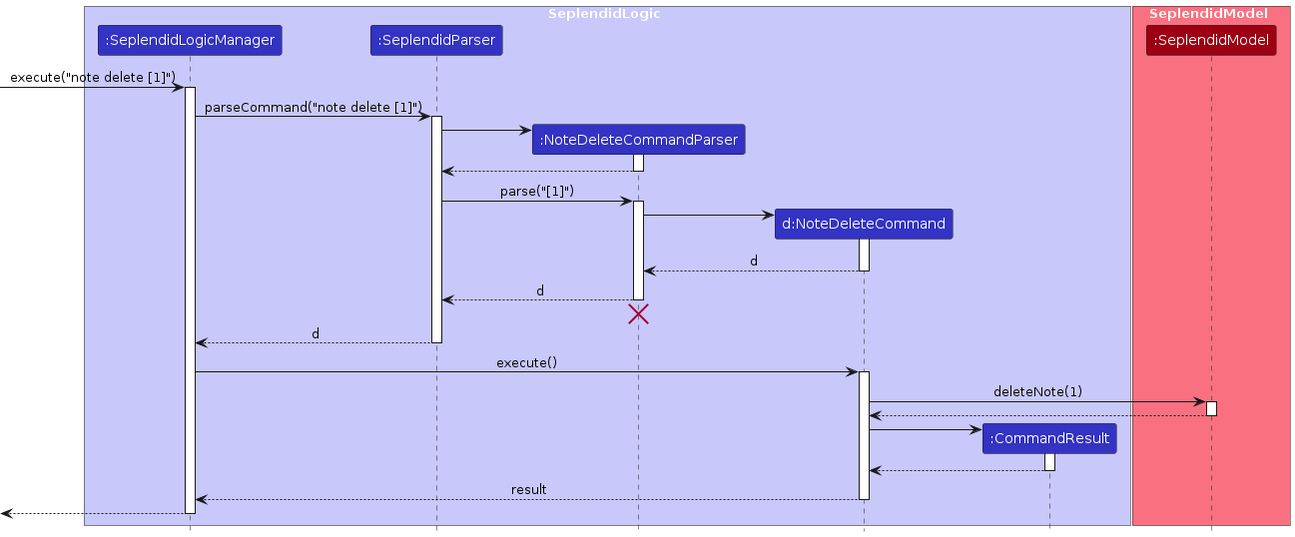
AY2324S1-CS2103T-W10-2/tp keeps this PlantUML diagram as diagrams/DeleteSequenceDiagram.png. Above is the earlier version. Its source is kept beside it as diagrams/DeleteSequenceDiagram.puml. Its diagram source:
```plantuml
@startuml
!include style.puml
skinparam ArrowFontStyle plain

box SeplendidLogic LOGIC_COLOR_T1
participant ":SeplendidLogicManager" as SeplendidLogicManager LOGIC_COLOR
participant ":SeplendidParser" as SeplendidParser LOGIC_COLOR
participant ":NoteDeleteCommandParser" as NoteDeleteCommandParser LOGIC_COLOR
participant "d:NoteDeleteCommand" as NoteDeleteCommand LOGIC_COLOR
participant ":CommandResult" as CommandResult LOGIC_COLOR
end box

box SeplendidModel MODEL_COLOR_T1
participant ":SeplendidModel" as SeplendidModel MODEL_COLOR
end box

[-> SeplendidLogicManager : execute("note delete [1]")
activate SeplendidLogicManager

SeplendidLogicManager -> SeplendidParser : parseCommand("note delete [1]")
activate SeplendidParser

create NoteDeleteCommandParser
SeplendidParser -> NoteDeleteCommandParser
activate NoteDeleteCommandParser

NoteDeleteCommandParser --> SeplendidParser
deactivate NoteDeleteCommandParser

SeplendidParser -> NoteDeleteCommandParser : parse("[1]")
activate NoteDeleteCommandParser

create NoteDeleteCommand
NoteDeleteCommandParser -> NoteDeleteCommand
activate NoteDeleteCommand

NoteDeleteCommand --> NoteDeleteCommandParser : d
deactivate NoteDeleteCommand

NoteDeleteCommandParser --> SeplendidParser : d
deactivate NoteDeleteCommandParser
NoteDeleteCommandParser -[hidden]-> SeplendidParser
destroy NoteDeleteCommandParser

SeplendidParser --> SeplendidLogicManager : d
deactivate SeplendidParser

SeplendidLogicManager -> NoteDeleteCommand : execute()
activate NoteDeleteCommand

NoteDeleteCommand -> SeplendidModel : deleteNote(1)
activate SeplendidModel

SeplendidModel --> NoteDeleteCommand
deactivate SeplendidModel

create CommandResult
NoteDeleteCommand -> CommandResult
activate CommandResult

CommandResult --> NoteDeleteCommand
deactivate CommandResult

NoteDeleteCommand --> SeplendidLogicManager : result
deactivate NoteDeleteCommand

[<--SeplendidLogicManager
deactivate SeplendidLogicManager
@enduml
```
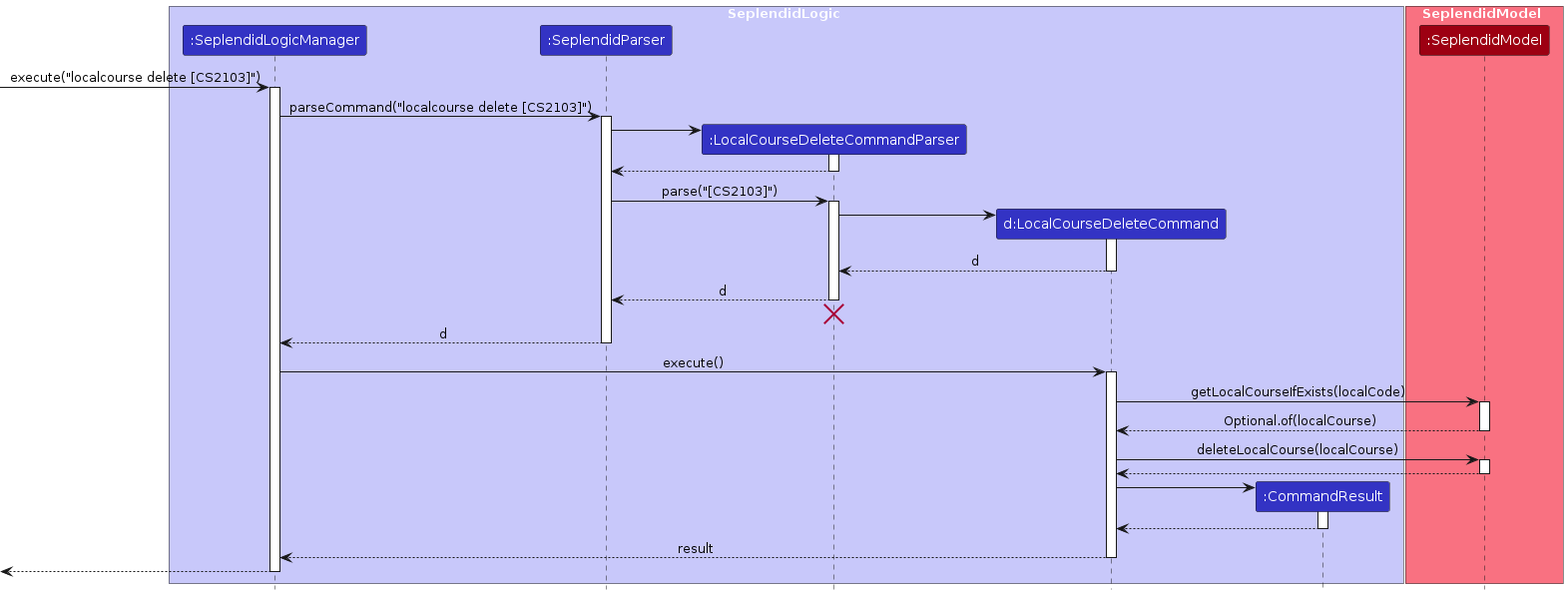
Above is the later version.

The edit, as a diff of the source:
```diff
@@ -5,8 +5,8 @@
 box SeplendidLogic LOGIC_COLOR_T1
 participant ":SeplendidLogicManager" as SeplendidLogicManager LOGIC_COLOR
 participant ":SeplendidParser" as SeplendidParser LOGIC_COLOR
-participant ":NoteDeleteCommandParser" as NoteDeleteCommandParser LOGIC_COLOR
-participant "d:NoteDeleteCommand" as NoteDeleteCommand LOGIC_COLOR
+participant ":LocalCourseDeleteCommandParser" as LocalCourseDeleteCommandParser LOGIC_COLOR
+participant "d:LocalCourseDeleteCommand" as LocalCourseDeleteCommand LOGIC_COLOR
 participant ":CommandResult" as CommandResult LOGIC_COLOR
 end box
 
@@ -14,55 +14,61 @@
 participant ":SeplendidModel" as SeplendidModel MODEL_COLOR
 end box
 
-[-> SeplendidLogicManager : execute("note delete [1]")
+[-> SeplendidLogicManager : execute("localcourse delete [CS2103]")
 activate SeplendidLogicManager
 
-SeplendidLogicManager -> SeplendidParser : parseCommand("note delete [1]")
+SeplendidLogicManager -> SeplendidParser : parseCommand("localcourse delete [CS2103]")
 activate SeplendidParser
 
-create NoteDeleteCommandParser
-SeplendidParser -> NoteDeleteCommandParser
-activate NoteDeleteCommandParser
+create LocalCourseDeleteCommandParser
+SeplendidParser -> LocalCourseDeleteCommandParser
+activate LocalCourseDeleteCommandParser
 
-NoteDeleteCommandParser --> SeplendidParser
-deactivate NoteDeleteCommandParser
+LocalCourseDeleteCommandParser --> SeplendidParser
+deactivate LocalCourseDeleteCommandParser
 
-SeplendidParser -> NoteDeleteCommandParser : parse("[1]")
-activate NoteDeleteCommandParser
+SeplendidParser -> LocalCourseDeleteCommandParser : parse("[CS2103]")
+activate LocalCourseDeleteCommandParser
 
-create NoteDeleteCommand
-NoteDeleteCommandParser -> NoteDeleteCommand
-activate NoteDeleteCommand
+create LocalCourseDeleteCommand
+LocalCourseDeleteCommandParser -> LocalCourseDeleteCommand
+activate LocalCourseDeleteCommand
 
-NoteDeleteCommand --> NoteDeleteCommandParser : d
-deactivate NoteDeleteCommand
+LocalCourseDeleteCommand --> LocalCourseDeleteCommandParser : d
+deactivate LocalCourseDeleteCommand
 
-NoteDeleteCommandParser --> SeplendidParser : d
-deactivate NoteDeleteCommandParser
-NoteDeleteCommandParser -[hidden]-> SeplendidParser
-destroy NoteDeleteCommandParser
+LocalCourseDeleteCommandParser --> SeplendidParser : d
+deactivate LocalCourseDeleteCommandParser
+LocalCourseDeleteCommandParser -[hidden]-> SeplendidParser
+destroy LocalCourseDeleteCommandParser
 
 SeplendidParser --> SeplendidLogicManager : d
 deactivate SeplendidParser
 
-SeplendidLogicManager -> NoteDeleteCommand : execute()
-activate NoteDeleteCommand
+SeplendidLogicManager -> LocalCourseDeleteCommand : execute()
+activate LocalCourseDeleteCommand
 
-NoteDeleteCommand -> SeplendidModel : deleteNote(1)
+LocalCourseDeleteCommand -> SeplendidModel : getLocalCourseIfExists(localCode)
 activate SeplendidModel
 
-SeplendidModel --> NoteDeleteCommand
+SeplendidModel --> LocalCourseDeleteCommand : Optional.of(localCourse)
+deactivate SeplendidModel
+
+LocalCourseDeleteCommand -> SeplendidModel : deleteLocalCourse(localCourse)
+activate SeplendidModel
+
+SeplendidModel --> LocalCourseDeleteCommand
 deactivate SeplendidModel
 
 create CommandResult
-NoteDeleteCommand -> CommandResult
+LocalCourseDeleteCommand -> CommandResult
 activate CommandResult
 
-CommandResult --> NoteDeleteCommand
+CommandResult --> LocalCourseDeleteCommand
 deactivate CommandResult
 
-NoteDeleteCommand --> SeplendidLogicManager : result
-deactivate NoteDeleteCommand
+LocalCourseDeleteCommand --> SeplendidLogicManager : result
+deactivate LocalCourseDeleteCommand
 
 [<--SeplendidLogicManager
 deactivate SeplendidLogicManager
```
